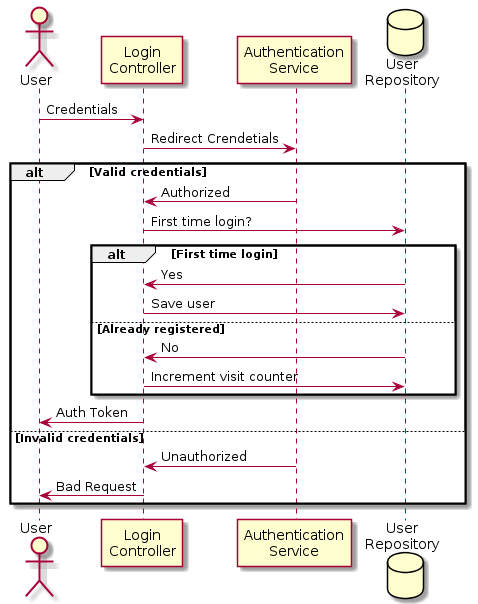
Before: docs/login.png, a diagram exported from PlantUML (manoloesparta/lostinparadise).
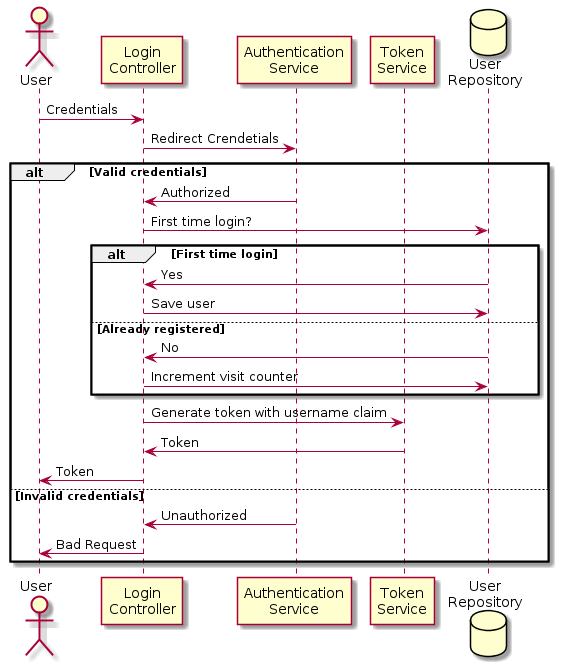
Later version of the same file.

Commit message:
lost items and login design updated

The edit, as a diff of the source:
```diff
@@ -3,6 +3,7 @@
 actor User
 participant "Login\nController" as Controller
 participant "Authentication\nService" as AuthService
+participant "Token\nService" as TokenService
 database "User\nRepository" as UserRepo
 
 User -> Controller: Credentials
@@ -25,7 +26,9 @@
 
     end
 
-    Controller -> User: Auth Token
+    Controller ->TokenService: Generate token with username claim
+    TokenService -> Controller: Token
+    Controller -> User: Token
 
 else Invalid credentials
 
```
